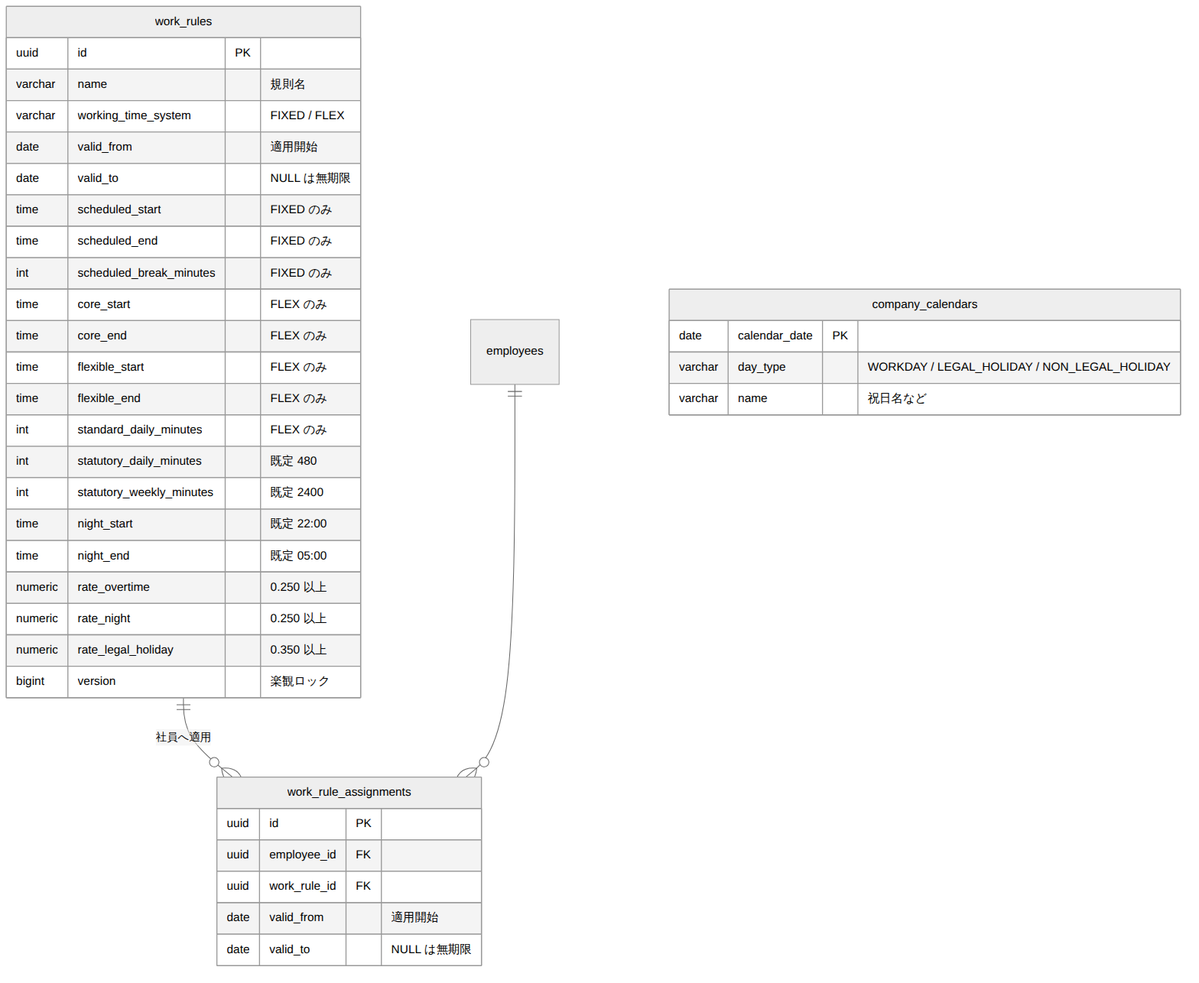
masaki-i02/newJavaProject keeps this Mermaid diagram as doc/02_詳細設計/02_就業規則・カレンダー/images/ER図.png. Above is the earlier version. Its source is kept beside it as doc/02_詳細設計/02_就業規則・カレンダー/diagrams/ER図.mmd.
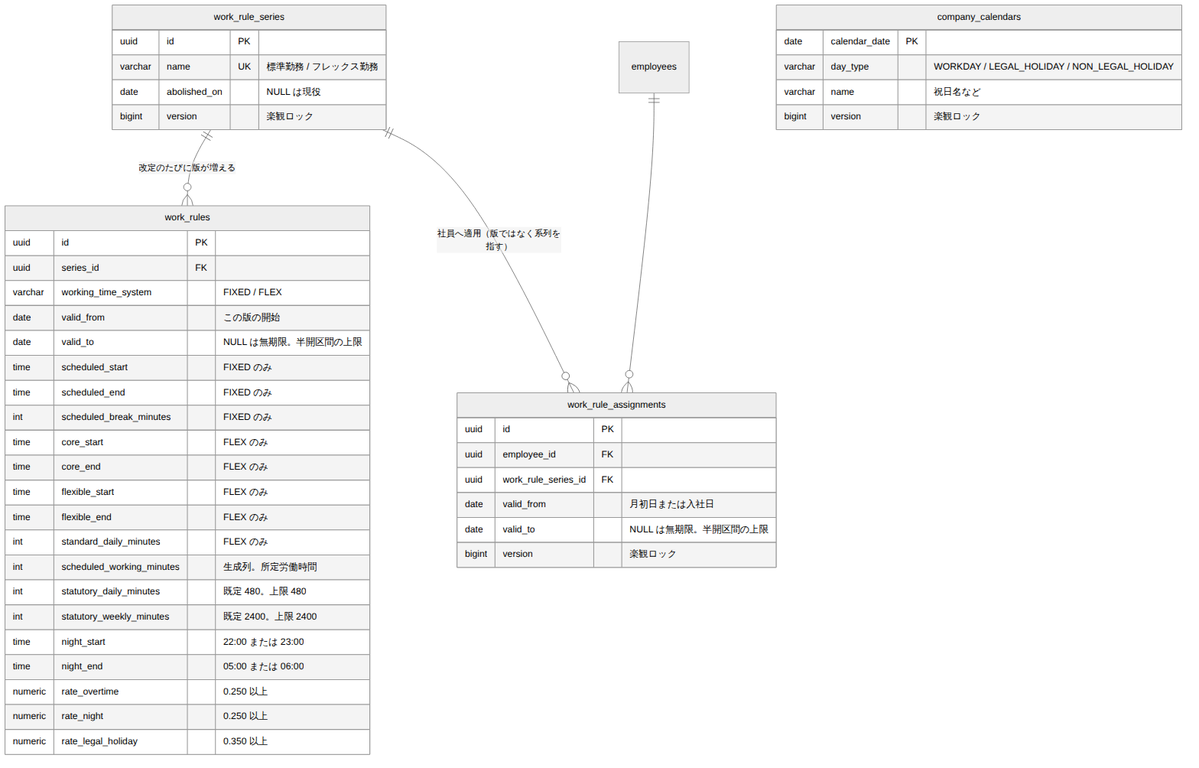
The same diagram one commit later.

The edit, as a diff of the source:
```diff
@@ -1,13 +1,20 @@
 erDiagram
-    work_rules ||--o{ work_rule_assignments : "社員へ適用"
+    work_rule_series ||--o{ work_rules : "改定のたびに版が増える"
+    work_rule_series ||--o{ work_rule_assignments : "社員へ適用（版ではなく系列を指す）"
     employees ||--o{ work_rule_assignments : ""
 
+    work_rule_series {
+        uuid id PK
+        varchar name UK "標準勤務 / フレックス勤務"
+        date abolished_on "NULL は現役"
+        bigint version "楽観ロック"
+    }
     work_rules {
         uuid id PK
-        varchar name "規則名"
+        uuid series_id FK
         varchar working_time_system "FIXED / FLEX"
-        date valid_from "適用開始"
-        date valid_to "NULL は無期限"
+        date valid_from "この版の開始"
+        date valid_to "NULL は無期限。半開区間の上限"
         time scheduled_start "FIXED のみ"
         time scheduled_end "FIXED のみ"
         int scheduled_break_minutes "FIXED のみ"
@@ -16,24 +23,26 @@
         time flexible_start "FLEX のみ"
         time flexible_end "FLEX のみ"
         int standard_daily_minutes "FLEX のみ"
-        int statutory_daily_minutes "既定 480"
-        int statutory_weekly_minutes "既定 2400"
-        time night_start "既定 22:00"
-        time night_end "既定 05:00"
+        int scheduled_working_minutes "生成列。所定労働時間"
+        int statutory_daily_minutes "既定 480。上限 480"
+        int statutory_weekly_minutes "既定 2400。上限 2400"
+        time night_start "22:00 または 23:00"
+        time night_end "05:00 または 06:00"
         numeric rate_overtime "0.250 以上"
         numeric rate_night "0.250 以上"
         numeric rate_legal_holiday "0.350 以上"
-        bigint version "楽観ロック"
     }
     work_rule_assignments {
         uuid id PK
         uuid employee_id FK
-        uuid work_rule_id FK
-        date valid_from "適用開始"
-        date valid_to "NULL は無期限"
+        uuid work_rule_series_id FK
+        date valid_from "月初日または入社日"
+        date valid_to "NULL は無期限。半開区間の上限"
+        bigint version "楽観ロック"
     }
     company_calendars {
         date calendar_date PK
         varchar day_type "WORKDAY / LEGAL_HOLIDAY / NON_LEGAL_HOLIDAY"
         varchar name "祝日名など"
+        bigint version "楽観ロック"
     }
```
